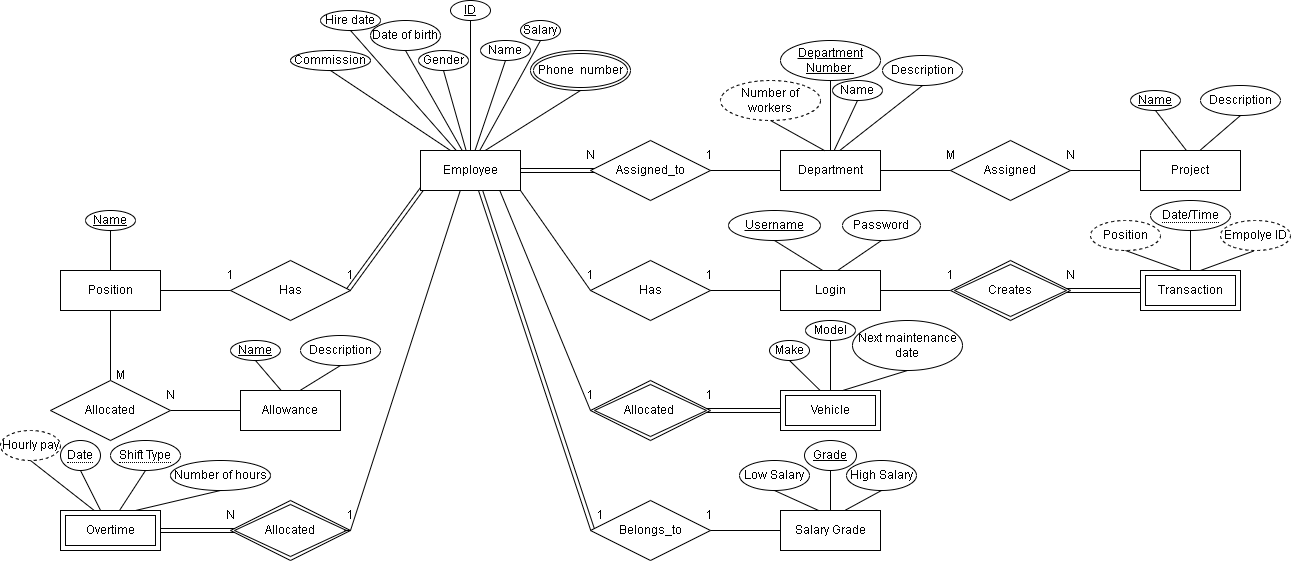
Earlier version of the draw.io export Phase 1/ERD.drawio.png (AhmedElkhashn/DB-project). Source tidied: cells renumbered, new cells last; positions are measured from the earlier drawing's top-left corner, leaving out a move shared by most shapes.
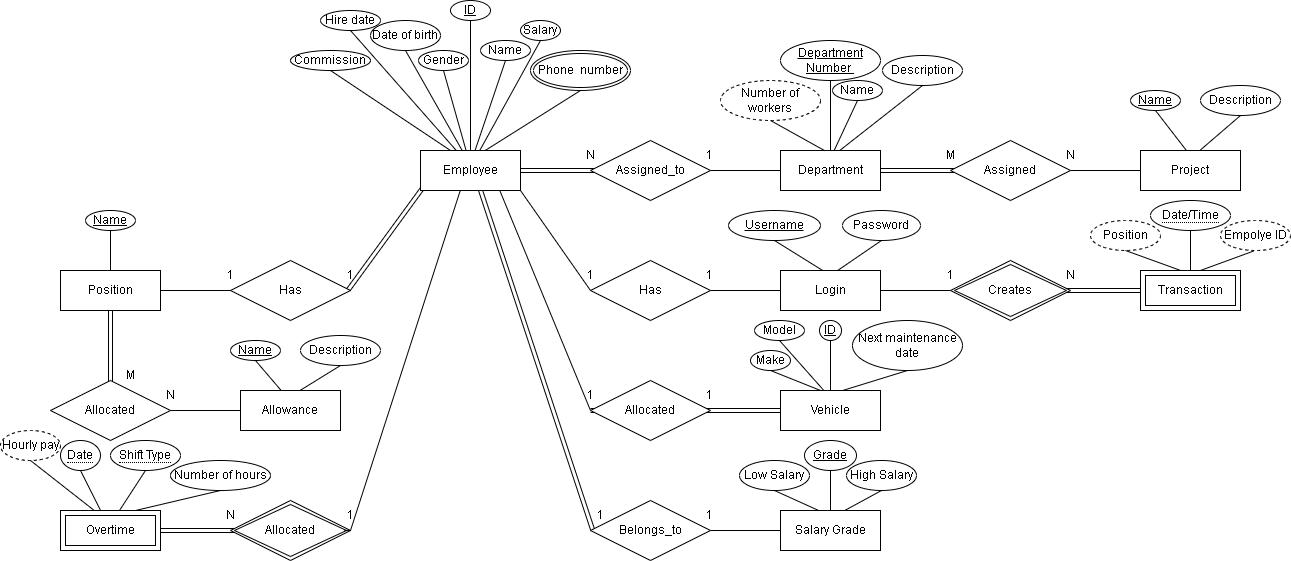
The same file after the commit.

Change to the diagram source:
```diff
@@ -2,6 +2,11 @@
   <root>
     <mxCell id="0" />
     <mxCell id="1" parent="0" />
+    <mxCell id="14" style="endArrow=none;html=1;rounded=0;exitX=1;exitY=0.5;exitDx=0;exitDy=0;shape=link;entryX=0.5;entryY=0.5;entryDx=0;entryDy=0;entryPerimeter=0;" parent="1" edge="1" target="13">
+      <mxGeometry relative="1" as="geometry">
+        <mxPoint x="880" y="170" as="sourcePoint" />
+      </mxGeometry>
+    </mxCell>
     <mxCell id="2" style="endArrow=none;html=1;rounded=0;exitX=0.167;exitY=0.5;exitDx=0;exitDy=0;entryX=0;entryY=0.5;entryDx=0;entryDy=0;shape=link;exitPerimeter=0;" parent="1" edge="1" source="21">
       <mxGeometry relative="1" as="geometry">
         <mxPoint x="1140" y="290" as="targetPoint" />
@@ -42,11 +47,6 @@
     <mxCell id="13" value="Assigned" style="shape=rhombus;perimeter=rhombusPerimeter;whiteSpace=wrap;html=1;align=center;" parent="1" vertex="1">
       <mxGeometry x="950" y="140" width="120" height="60" as="geometry" />
     </mxCell>
-    <mxCell id="14" style="endArrow=none;html=1;rounded=0;exitX=1;exitY=0.5;exitDx=0;exitDy=0;entryX=0;entryY=0.5;entryDx=0;entryDy=0;" parent="1" edge="1" target="13">
-      <mxGeometry relative="1" as="geometry">
-        <mxPoint x="880" y="170" as="sourcePoint" />
-      </mxGeometry>
-    </mxCell>
     <mxCell id="15" style="endArrow=none;html=1;rounded=0;exitX=1;exitY=0.5;exitDx=0;exitDy=0;entryX=0;entryY=0.5;entryDx=0;entryDy=0;" parent="1" edge="1" source="13" target="16">
       <mxGeometry relative="1" as="geometry" />
     </mxCell>
@@ -74,12 +74,6 @@
     <mxCell id="22" value="Transaction" style="shape=ext;margin=3;double=1;whiteSpace=wrap;html=1;align=center;" parent="1" vertex="1">
       <mxGeometry x="1140" y="270" width="100" height="40" as="geometry" />
     </mxCell>
-    <mxCell id="23" value="Allocated&amp;nbsp;" style="shape=rhombus;double=1;perimeter=rhombusPerimeter;whiteSpace=wrap;html=1;align=center;" parent="1" vertex="1">
-      <mxGeometry x="590" y="380" width="120" height="60" as="geometry" />
-    </mxCell>
-    <mxCell id="24" value="Vehicle" style="shape=ext;margin=3;double=1;whiteSpace=wrap;html=1;align=center;" parent="1" vertex="1">
-      <mxGeometry x="780" y="390" width="100" height="40" as="geometry" />
-    </mxCell>
     <mxCell id="25" value="Belongs_to" style="shape=rhombus;perimeter=rhombusPerimeter;whiteSpace=wrap;html=1;align=center;" parent="1" vertex="1">
       <mxGeometry x="590" y="500" width="120" height="60" as="geometry" />
     </mxCell>
@@ -92,8 +86,10 @@
     <mxCell id="28" style="endArrow=none;html=1;rounded=0;exitX=1;exitY=1;exitDx=0;exitDy=0;entryX=0;entryY=0.5;entryDx=0;entryDy=0;" parent="1" edge="1" source="7" target="17">
       <mxGeometry relative="1" as="geometry" />
     </mxCell>
-    <mxCell id="29" style="endArrow=none;html=1;rounded=0;exitX=0.794;exitY=1.007;exitDx=0;exitDy=0;entryX=0;entryY=0.5;entryDx=0;entryDy=0;exitPerimeter=0;" parent="1" edge="1" source="7" target="23">
-      <mxGeometry relative="1" as="geometry" />
+    <mxCell id="29" style="endArrow=none;html=1;rounded=0;exitX=0.794;exitY=1.007;exitDx=0;exitDy=0;entryX=0;entryY=0.5;entryDx=0;entryDy=0;exitPerimeter=0;" parent="1" edge="1" source="7">
+      <mxGeometry relative="1" as="geometry">
+        <mxPoint x="590" y="410" as="targetPoint" />
+      </mxGeometry>
     </mxCell>
     <mxCell id="30" value="Allocated" style="shape=rhombus;double=1;perimeter=rhombusPerimeter;whiteSpace=wrap;html=1;align=center;" parent="1" vertex="1">
       <mxGeometry x="230" y="500" width="120" height="60" as="geometry" />
@@ -116,10 +112,8 @@
     <mxCell id="36" style="endArrow=none;html=1;rounded=0;exitX=1;exitY=0.5;exitDx=0;exitDy=0;entryX=0;entryY=0.5;entryDx=0;entryDy=0;" parent="1" edge="1" source="34" target="33">
       <mxGeometry relative="1" as="geometry" />
     </mxCell>
-    <mxCell id="37" style="endArrow=none;html=1;rounded=0;exitX=0.5;exitY=1;exitDx=0;exitDy=0;entryX=0.5;entryY=0;entryDx=0;entryDy=0;" parent="1" edge="1" source="34">
-      <mxGeometry relative="1" as="geometry">
-        <mxPoint x="110" y="380" as="targetPoint" />
-      </mxGeometry>
+    <mxCell id="37" style="endArrow=none;html=1;rounded=0;exitX=0.5;exitY=1;exitDx=0;exitDy=0;shape=link;entryX=0.5;entryY=0.5;entryDx=0;entryDy=0;entryPerimeter=0;" parent="1" edge="1" source="34" target="120">
+      <mxGeometry relative="1" as="geometry" />
     </mxCell>
     <mxCell id="38" style="endArrow=none;html=1;rounded=0;exitX=1;exitY=0.5;exitDx=0;exitDy=0;entryX=0;entryY=0.5;entryDx=0;entryDy=0;" parent="1" edge="1">
       <mxGeometry relative="1" as="geometry">
@@ -236,22 +230,26 @@
       <mxGeometry relative="1" as="geometry" />
     </mxCell>
     <mxCell id="75" value="Make" style="ellipse;whiteSpace=wrap;html=1;align=center;" parent="1" vertex="1">
-      <mxGeometry x="769" y="340" width="40" height="20" as="geometry" />
+      <mxGeometry x="750" y="350" width="40" height="20" as="geometry" />
     </mxCell>
     <mxCell id="76" value="Model" style="ellipse;whiteSpace=wrap;html=1;align=center;" parent="1" vertex="1">
-      <mxGeometry x="805" y="320" width="50" height="20" as="geometry" />
+      <mxGeometry x="754" y="320" width="50" height="20" as="geometry" />
     </mxCell>
     <mxCell id="77" value="Next maintenance date" style="ellipse;whiteSpace=wrap;html=1;align=center;" parent="1" vertex="1">
       <mxGeometry x="852" y="320" width="110" height="50" as="geometry" />
     </mxCell>
-    <mxCell id="78" style="endArrow=none;html=1;rounded=0;exitX=0.5;exitY=1;exitDx=0;exitDy=0;entryX=0.5;entryY=0;entryDx=0;entryDy=0;" parent="1" edge="1" source="76" target="24">
+    <mxCell id="78" style="endArrow=none;html=1;rounded=0;exitX=0.5;exitY=1;exitDx=0;exitDy=0;entryX=0.437;entryY=0.01;entryDx=0;entryDy=0;entryPerimeter=0;" parent="1" edge="1" source="76" target="24">
       <mxGeometry relative="1" as="geometry" />
     </mxCell>
-    <mxCell id="79" style="endArrow=none;html=1;rounded=0;exitX=0.5;exitY=1;exitDx=0;exitDy=0;entryX=0.394;entryY=-0.007;entryDx=0;entryDy=0;entryPerimeter=0;" parent="1" edge="1" source="75" target="24">
-      <mxGeometry relative="1" as="geometry" />
+    <mxCell id="79" style="endArrow=none;html=1;rounded=0;exitX=0.5;exitY=1;exitDx=0;exitDy=0;entryX=0.394;entryY=-0.007;entryDx=0;entryDy=0;entryPerimeter=0;" parent="1" edge="1" source="75">
+      <mxGeometry relative="1" as="geometry">
+        <mxPoint x="819.4" y="389.7" as="targetPoint" />
+      </mxGeometry>
     </mxCell>
-    <mxCell id="80" style="endArrow=none;html=1;rounded=0;exitX=0.5;exitY=1;exitDx=0;exitDy=0;entryX=0.619;entryY=0.002;entryDx=0;entryDy=0;entryPerimeter=0;" parent="1" edge="1" source="77" target="24">
-      <mxGeometry relative="1" as="geometry" />
+    <mxCell id="80" style="endArrow=none;html=1;rounded=0;exitX=0.5;exitY=1;exitDx=0;exitDy=0;entryX=0.619;entryY=0.002;entryDx=0;entryDy=0;entryPerimeter=0;" parent="1" edge="1" source="77">
+      <mxGeometry relative="1" as="geometry">
+        <mxPoint x="841.9" y="390.1" as="targetPoint" />
+      </mxGeometry>
     </mxCell>
     <mxCell id="81" value="Empolye ID" style="ellipse;whiteSpace=wrap;html=1;align=center;dashed=1;" parent="1" vertex="1">
       <mxGeometry x="1220" y="220" width="70" height="30" as="geometry" />
@@ -374,7 +372,7 @@
       <mxGeometry x="140" y="380" width="60" height="30" as="geometry" />
     </mxCell>
     <mxCell id="119" value="M" style="text;html=1;strokeColor=none;fillColor=none;align=center;verticalAlign=middle;whiteSpace=wrap;rounded=0;" parent="1" vertex="1">
-      <mxGeometry x="90" y="360" width="60" height="30" as="geometry" />
+      <mxGeometry x="100" y="360" width="60" height="30" as="geometry" />
     </mxCell>
     <mxCell id="120" value="Allocated" style="shape=rhombus;perimeter=rhombusPerimeter;whiteSpace=wrap;html=1;align=center;" parent="1" vertex="1">
       <mxGeometry x="50" y="380" width="120" height="60" as="geometry" />
@@ -382,5 +380,22 @@
     <mxCell id="121" value="Allowance" style="whiteSpace=wrap;html=1;align=center;" parent="1" vertex="1">
       <mxGeometry x="240" y="390" width="100" height="40" as="geometry" />
     </mxCell>
+    <mxCell id="122" style="endArrow=none;html=1;rounded=0;entryX=0;entryY=0.5;entryDx=0;entryDy=0;shape=link;exitX=0.5;exitY=0.5;exitDx=0;exitDy=0;exitPerimeter=0;" parent="1" edge="1" target="23">
+      <mxGeometry relative="1" as="geometry">
+        <mxPoint x="650" y="410" as="sourcePoint" />
+      </mxGeometry>
+    </mxCell>
+    <mxCell id="23" value="Allocated" style="shape=rhombus;perimeter=rhombusPerimeter;whiteSpace=wrap;html=1;align=center;" parent="1" vertex="1">
+      <mxGeometry x="590" y="380" width="120" height="60" as="geometry" />
+    </mxCell>
+    <mxCell id="24" value="Vehicle" style="whiteSpace=wrap;html=1;align=center;" parent="1" vertex="1">
+      <mxGeometry x="780" y="390" width="100" height="40" as="geometry" />
+    </mxCell>
+    <mxCell id="123" value="ID" style="ellipse;whiteSpace=wrap;html=1;align=center;fontStyle=4;" parent="1" vertex="1">
+      <mxGeometry x="819" y="320" width="22" height="20" as="geometry" />
+    </mxCell>
+    <mxCell id="124" style="endArrow=none;html=1;rounded=0;entryX=0.5;entryY=1;entryDx=0;entryDy=0;exitX=0.5;exitY=0;exitDx=0;exitDy=0;" parent="1" edge="1" source="24" target="123">
+      <mxGeometry relative="1" as="geometry" />
+    </mxCell>
   </root>
 </mxGraphModel>
```
